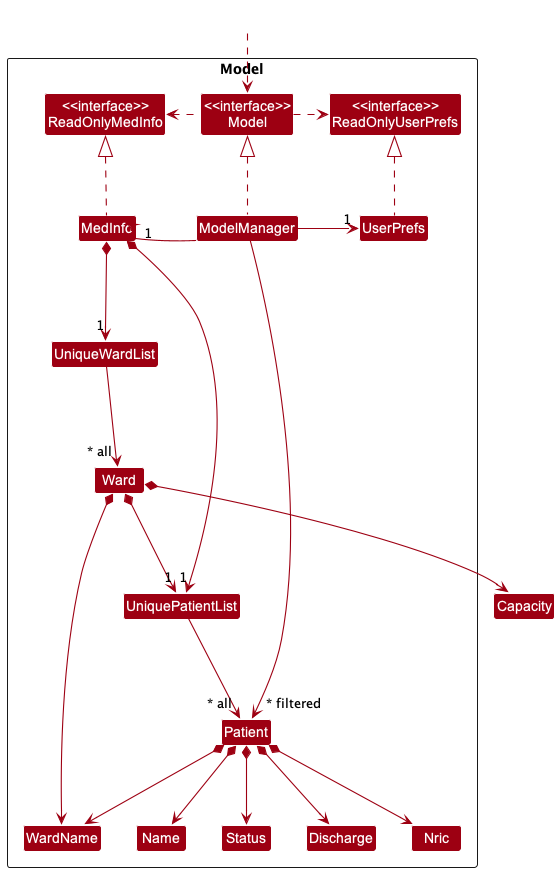
This is docs/images/ModelClassDiagram.png from nus-cs2103-AY2223S2/tp, a PlantUML export, as it was before one commit.
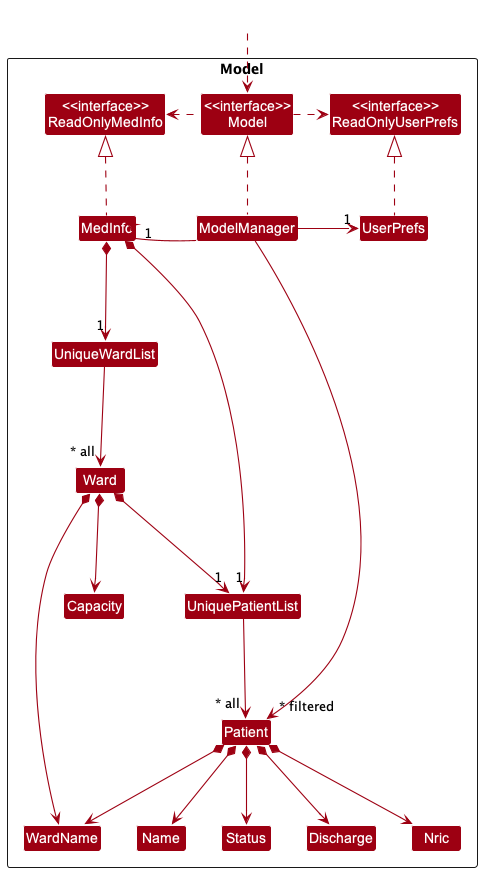
After the commit.

Change to the diagram source:
```diff
@@ -16,6 +16,7 @@
 Class Patient
 Class UniqueWardList
 Class Ward
+Class Capacity
 Class WardName
 Class Nric
 Class Name
```
